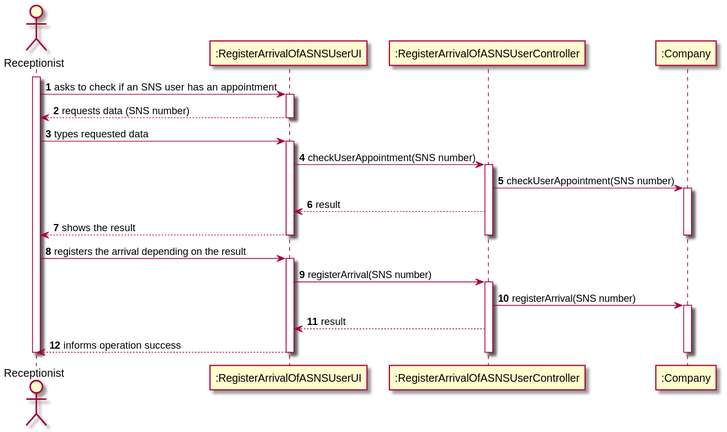
This is docs/SprintC/US004/US004_SD.svg from Pirussa/lei-22-s2-1da-g02, a PlantUML export, as it was before one commit. The source it was exported from:
```plantuml
@startuml
autonumber

actor "Receptionist" as R

participant ":RegisterArrivalOfASNSUserUI" as UI
participant ":RegisterArrivalOfASNSUserController" as CTRL
participant ":Company" as C

activate R

R -> UI : asks to check if an SNS user has an appointment
activate UI

UI --> R : requests data (SNS number)
deactivate UI

R -> UI : types requested data
activate UI

UI -> CTRL : checkUserAppointment(SNS number)
activate CTRL

CTRL -> C : checkUserAppointment(SNS number)
activate C

CTRL --> UI : result

UI --> R: shows the result

deactivate C
deactivate CTRL
deactivate UI


R -> UI : registers the arrival depending on the result
activate UI

UI -> CTRL : registerArrival(SNS number)
activate CTRL

CTRL -> C : registerArrival(SNS number)
activate C




CTRL --> UI: result

UI --> R : informs operation success

deactivate C
deactivate CTRL
deactivate UI
deactivate R


@enduml
```
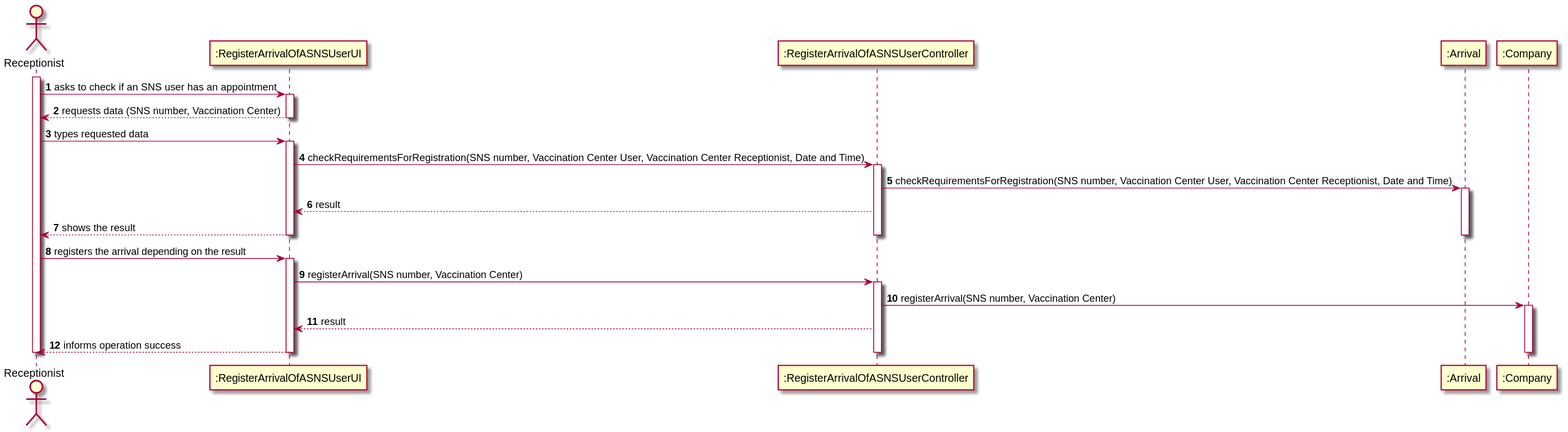
The same diagram one commit later.

Commit message:
US004 - Design - Modifications of the CD and SD, regarding the implemation that has been done until now. Implemantion - Some changes regarding the validation of the day and hour of the arrival.

Diff of the diagram source:
```diff
@@ -5,6 +5,7 @@
 
 participant ":RegisterArrivalOfASNSUserUI" as UI
 participant ":RegisterArrivalOfASNSUserController" as CTRL
+participant ":Arrival" as A
 participant ":Company" as C
 
 activate R
@@ -12,23 +13,24 @@
 R -> UI : asks to check if an SNS user has an appointment
 activate UI
 
-UI --> R : requests data (SNS number)
+UI --> R : requests data (SNS number, Vaccination Center)
 deactivate UI
 
 R -> UI : types requested data
 activate UI
 
-UI -> CTRL : checkUserAppointment(SNS number)
+UI -> CTRL : checkRequirementsForRegistration(SNS number, Vaccination Center User, Vaccination Center Receptionist, Date and Time)
 activate CTRL
 
-CTRL -> C : checkUserAppointment(SNS number)
-activate C
+CTRL -> A : checkRequirementsForRegistration(SNS number, Vaccination Center User, Vaccination Center Receptionist, Date and Time)
+activate A
 
 CTRL --> UI : result
 
 UI --> R: shows the result
 
-deactivate C
+deactivate A
+
 deactivate CTRL
 deactivate UI
 
@@ -36,10 +38,10 @@
 R -> UI : registers the arrival depending on the result
 activate UI
 
-UI -> CTRL : registerArrival(SNS number)
+UI -> CTRL : registerArrival(SNS number, Vaccination Center)
 activate CTRL
 
-CTRL -> C : registerArrival(SNS number)
+CTRL -> C : registerArrival(SNS number, Vaccination Center)
 activate C
 
 
```
